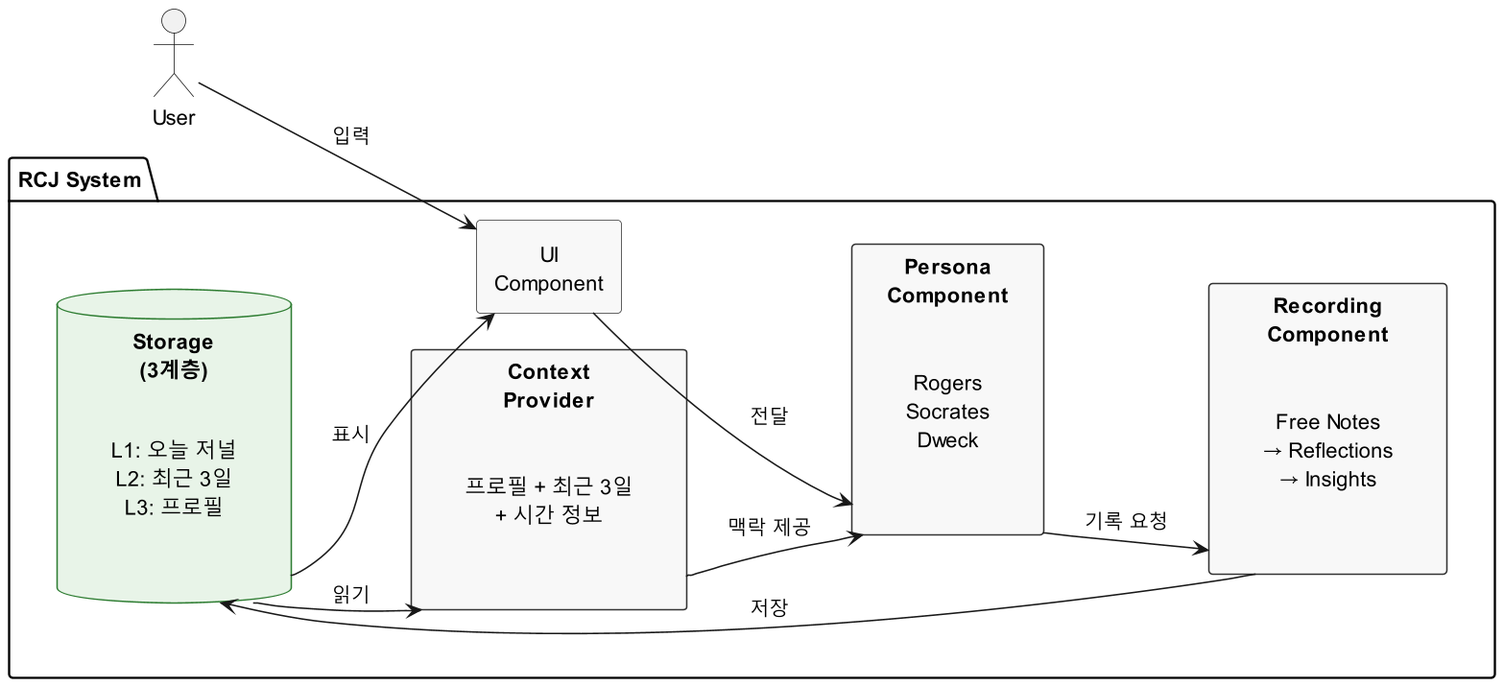
hoetaek/reflective-conversational-journal keeps this PlantUML diagram as docs/diagrams/out/component-diagram/component-diagram.png. Above is the earlier version.
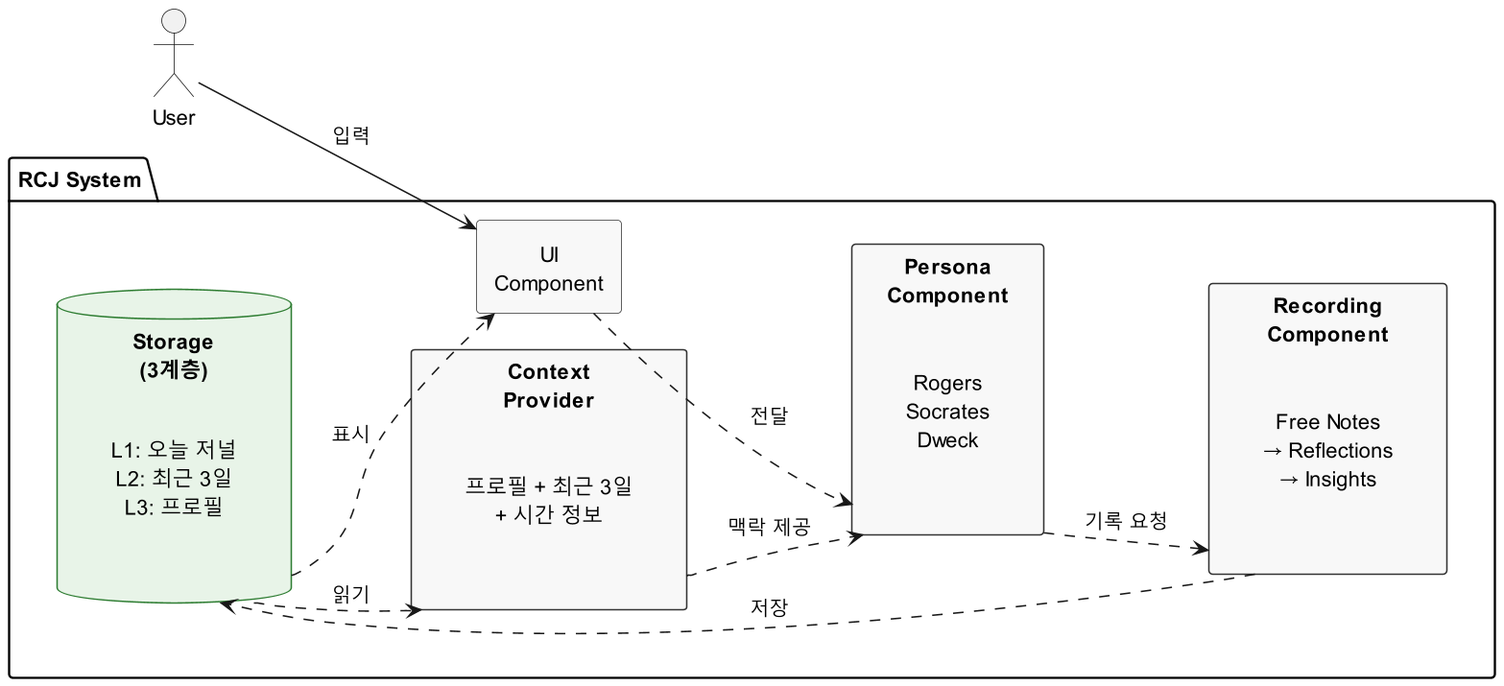
After the commit.

Commit message:
refactor: Update component diagram to improve system visualization

Change to the diagram source:
```diff
@@ -38,11 +38,11 @@
 }
 
 user --> UI : 입력
-UI --> Persona : 전달
-Context --> Persona : 맥락 제공
-Storage --> Context : 읽기
-Persona --> Recording : 기록 요청
-Recording --> Storage : 저장
-Storage --> UI : 표시
+UI ..> Persona : 전달
+Context ..> Persona : 맥락 제공
+Storage ..> Context : 읽기
+Persona ..> Recording : 기록 요청
+Recording ..> Storage : 저장
+Storage ..> UI : 표시
 
 @enduml
```
